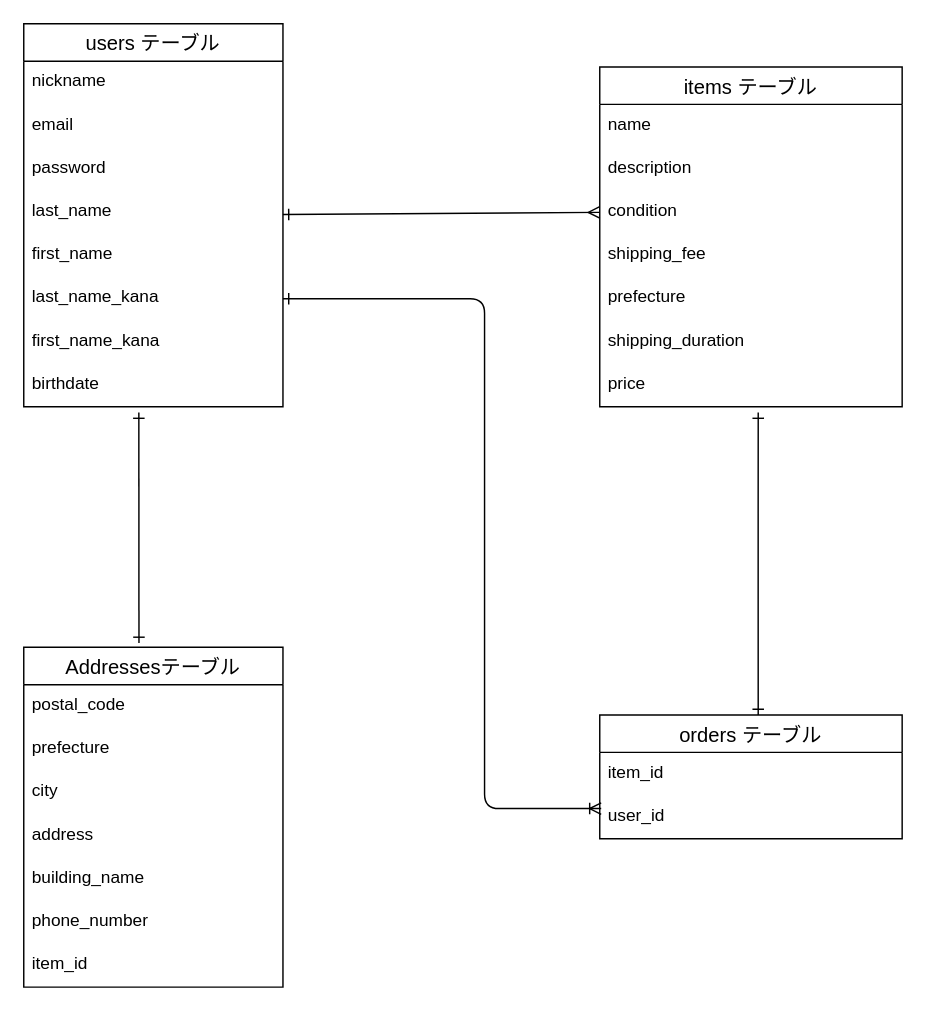
nagiriko/furima-39698 keeps this draw.io diagram as furima.dio. Above is the earlier version. Source tidied: cells renumbered, new cells numbered last; positions are measured from the earlier drawing's top-left corner, leaving out a move shared by most shapes. Both pictures are drawn from the tidied source at 144%, with x=0, y=0 at pixel (23, 23).
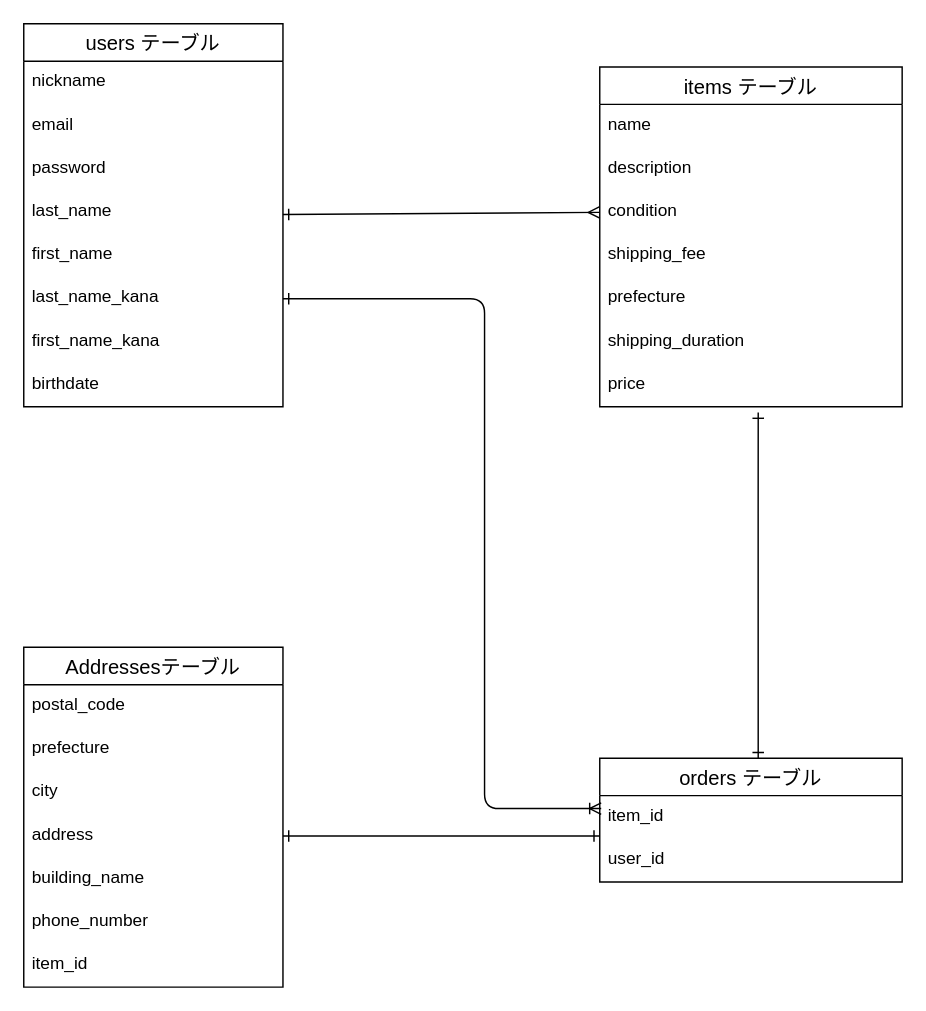
After the change.

Commit message (it also covers changes not shown here):
README：プルリクエストの修正

Unchanged cells that the change refers to:
```xml
<mxCell id="10" value="birthdate" style="text;strokeColor=none;fillColor=none;spacingLeft=4;spacingRight=4;overflow=hidden;points=[[0,0.5],[1,0.5]];portConstraint=eastwest;fontSize=12;sketch=0;hachureGap=4;jiggle=2;curveFitting=1;fontFamily=Helvetica;" parent="2" vertex="1">
  <mxGeometry y="236" width="180" height="30" as="geometry" />
</mxCell>
<mxCell id="20" value="item_id" style="text;strokeColor=none;fillColor=none;spacingLeft=4;spacingRight=4;overflow=hidden;points=[[0,0.5],[1,0.5]];portConstraint=eastwest;fontSize=12;sketch=0;hachureGap=4;jiggle=2;curveFitting=1;fontFamily=Helvetica;" parent="19" vertex="1">
  <mxGeometry y="26" width="210" height="30" as="geometry" />
</mxCell>
<mxCell id="29" value="address" style="text;strokeColor=none;fillColor=none;spacingLeft=4;spacingRight=4;overflow=hidden;points=[[0,0.5],[1,0.5]];portConstraint=eastwest;fontSize=12;sketch=0;hachureGap=4;jiggle=2;curveFitting=1;fontFamily=Helvetica;" parent="25" vertex="1">
  <mxGeometry y="116" width="180" height="30" as="geometry" />
</mxCell>
```

The edit, as a diff of the source:
```diff
@@
     <mxCell id="19" value="orders テーブル" style="swimlane;fontStyle=0;horizontal=1;startSize=26;align=center;fontSize=14;sketch=0;hachureGap=4;jiggle=2;curveFitting=1;fontFamily=Helvetica;" parent="1" vertex="1">
-      <mxGeometry x="400" y="480" width="210" height="86" as="geometry" />
+      <mxGeometry x="400" y="510" width="210" height="86" as="geometry" />
     </mxCell>
@@
-    <mxCell id="33" style="endArrow=ERone;html=1;rounded=0;hachureGap=4;fontFamily=Helvetica;fontSize=16;exitX=0.444;exitY=1.133;exitDx=0;exitDy=0;exitPerimeter=0;startArrow=ERone;startFill=0;endFill=0;" parent="1" edge="1" source="10">
-      <mxGeometry relative="1" as="geometry">
-        <mxPoint x="80" y="430" as="targetPoint" />
-      </mxGeometry>
+    <mxCell id="33" style="endArrow=ERone;html=1;rounded=0;hachureGap=4;fontFamily=Helvetica;fontSize=16;exitX=0;exitY=0.933;exitDx=0;exitDy=0;exitPerimeter=0;startArrow=ERone;startFill=0;endFill=0;entryX=1;entryY=0.5;entryDx=0;entryDy=0;" parent="1" edge="1" source="20" target="29">
+      <mxGeometry relative="1" as="geometry" />
     </mxCell>
```
